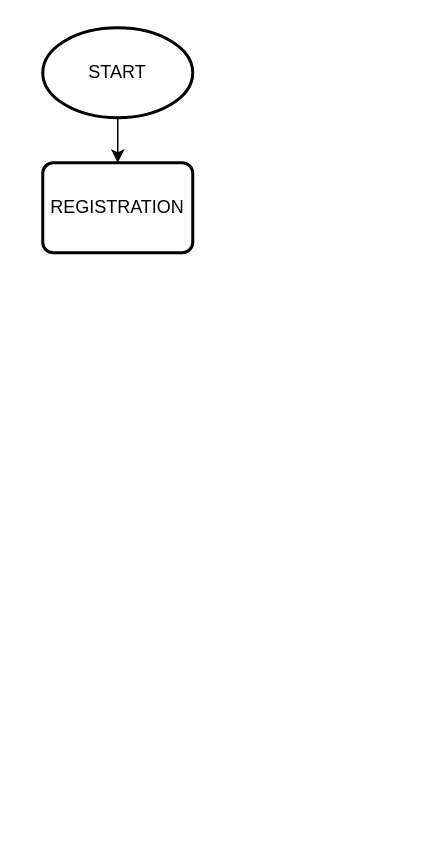
Earlier version of the draw.io diagram hospital-admission.drawio (Jarramdhan28/MuhamadFajarRamdhanGinawan-HospitalAdmission-App). Source tidied: cells renumbered, new cells numbered last; positions are measured from the earlier drawing's top-left corner, leaving out a move shared by most shapes. Both pictures are drawn from the tidied source at 150%, with x=0, y=0 at pixel (42, 27).
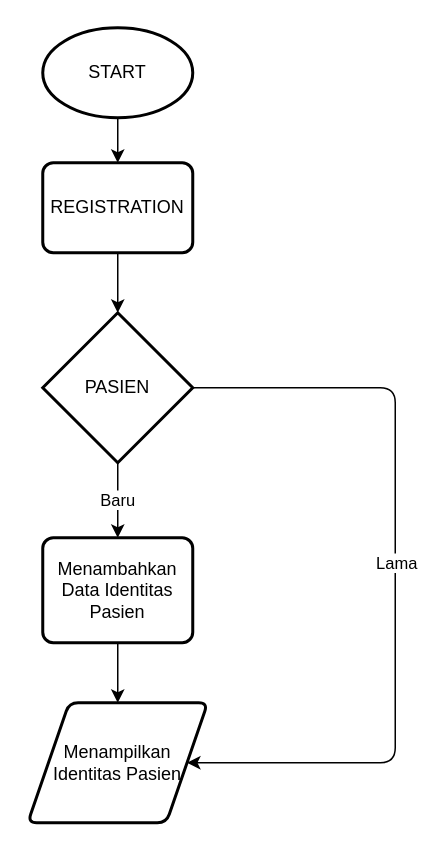
The same page after the edit.

Commit message:
feat : add percabangan pasien in flowchat

Diff of the diagram source:
```diff
@@
 <mxGraphModel>
   <root>
     <mxCell id="0" />
     <mxCell id="1" parent="0" />
     <mxCell id="2" style="edgeStyle=none;html=1;exitX=0.5;exitY=1;exitDx=0;exitDy=0;exitPerimeter=0;entryX=0.5;entryY=0;entryDx=0;entryDy=0;" parent="1" edge="1" source="3" target="4">
       <mxGeometry relative="1" as="geometry" />
     </mxCell>
     <mxCell id="3" value="START" style="strokeWidth=2;html=1;shape=mxgraph.flowchart.start_1;whiteSpace=wrap;" parent="1" vertex="1">
       <mxGeometry width="100" height="60" as="geometry" />
     </mxCell>
+    <mxCell id="5" style="edgeStyle=none;html=1;exitX=0.5;exitY=1;exitDx=0;exitDy=0;" parent="1" edge="1" source="4" target="9">
+      <mxGeometry relative="1" as="geometry" />
+    </mxCell>
     <mxCell id="4" value="REGISTRATION" style="rounded=1;whiteSpace=wrap;html=1;absoluteArcSize=1;arcSize=14;strokeWidth=2;" parent="1" vertex="1">
       <mxGeometry y="90" width="100" height="60" as="geometry" />
     </mxCell>
+    <mxCell id="6" value="Baru" style="edgeStyle=orthogonalEdgeStyle;html=1;exitX=0.5;exitY=1;exitDx=0;exitDy=0;exitPerimeter=0;entryX=0.5;entryY=0;entryDx=0;entryDy=0;" parent="1" edge="1" source="9" target="11">
+      <mxGeometry relative="1" as="geometry" />
+    </mxCell>
+    <mxCell id="7" style="edgeStyle=orthogonalEdgeStyle;html=1;exitX=1;exitY=0.5;exitDx=0;exitDy=0;exitPerimeter=0;entryX=1;entryY=0.5;entryDx=0;entryDy=0;" parent="1" edge="1" source="9" target="12">
+      <mxGeometry relative="1" as="geometry">
+        <Array as="points">
+          <mxPoint x="235" y="240" />
+          <mxPoint x="235" y="490" />
+        </Array>
+      </mxGeometry>
+    </mxCell>
+    <mxCell id="8" value="Lama" style="edgeLabel;html=1;align=center;verticalAlign=middle;" parent="7" vertex="1">
+      <mxGeometry x="-0.04" relative="1" as="geometry" />
+    </mxCell>
+    <mxCell id="9" value="PASIEN" style="strokeWidth=2;html=1;shape=mxgraph.flowchart.decision;whiteSpace=wrap;" parent="1" vertex="1">
+      <mxGeometry y="190" width="100" height="100" as="geometry" />
+    </mxCell>
+    <mxCell id="10" style="edgeStyle=orthogonalEdgeStyle;html=1;exitX=0.5;exitY=1;exitDx=0;exitDy=0;" parent="1" edge="1" source="11" target="12">
+      <mxGeometry relative="1" as="geometry" />
+    </mxCell>
+    <mxCell id="11" value="Menambahkan Data Identitas Pasien" style="rounded=1;whiteSpace=wrap;html=1;absoluteArcSize=1;arcSize=14;strokeWidth=2;" parent="1" vertex="1">
+      <mxGeometry y="340" width="100" height="70" as="geometry" />
+    </mxCell>
+    <mxCell id="12" value="Menampilkan Identitas Pasien" style="shape=parallelogram;html=1;strokeWidth=2;perimeter=parallelogramPerimeter;whiteSpace=wrap;rounded=1;arcSize=12;size=0.23;" parent="1" vertex="1">
+      <mxGeometry x="-10" y="450" width="120" height="80" as="geometry" />
+    </mxCell>
   </root>
 </mxGraphModel>
```
